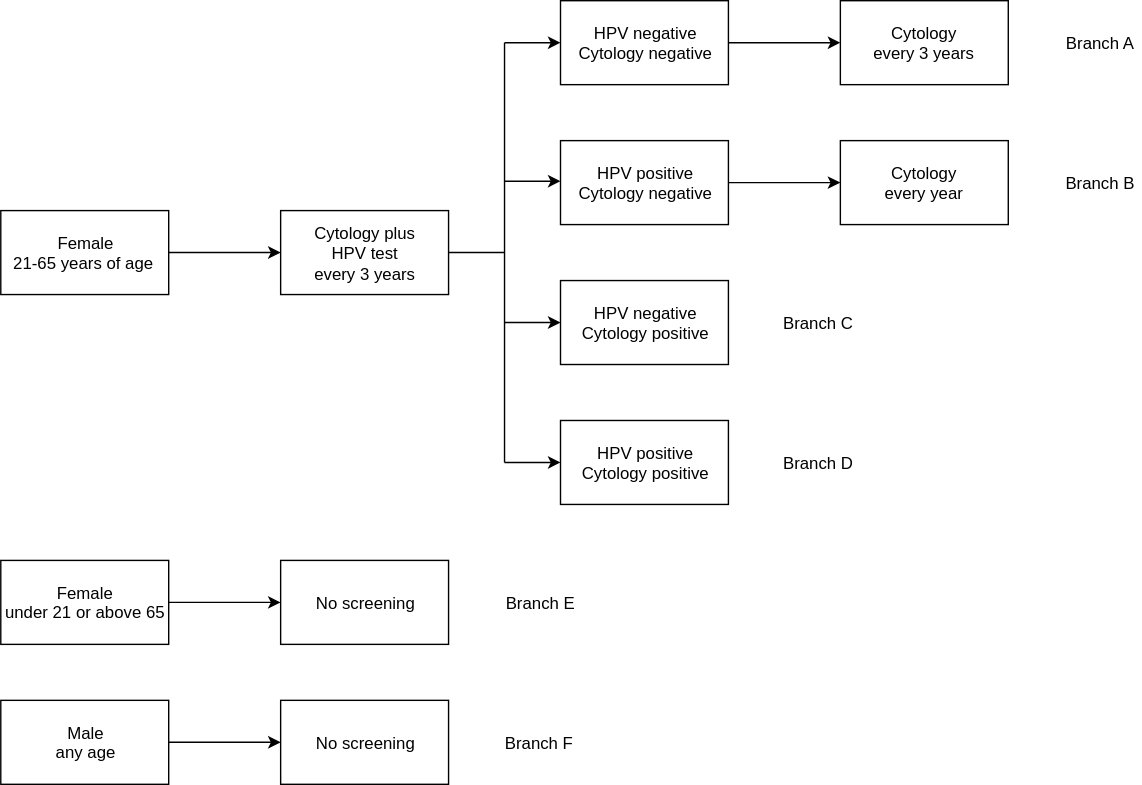
This is docs/source/concept_models/vivarium_swissre_cervicalcancer/cervical_screening_branches.svg from ihmeuw/vivarium_research, a draw.io export, as it was before one commit. Source tidied: cells renumbered, new cells last; positions are measured from the earlier drawing's top-left corner, leaving out a move shared by most shapes.
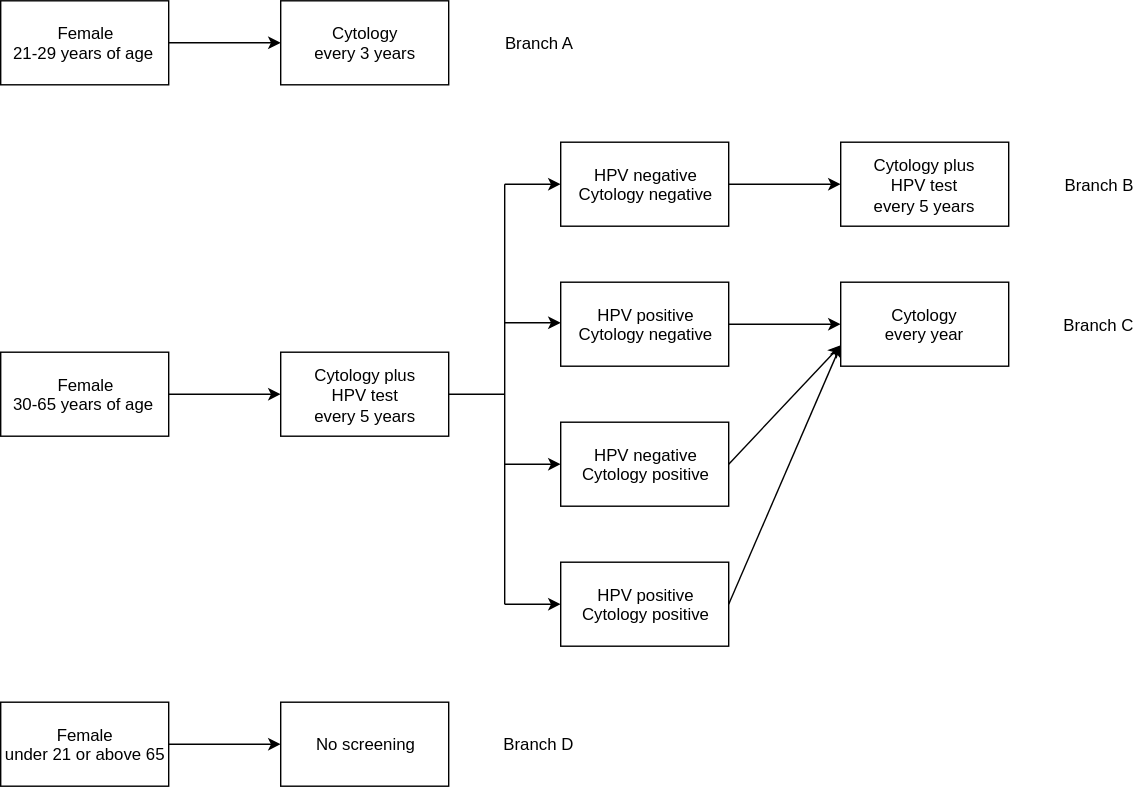
Later version of the same file.

Diff of the diagram source:
```diff
@@ -5,8 +5,8 @@
     <mxCell id="2" style="rounded=0;whiteSpace=wrap;html=1;" parent="1" vertex="1">
       <mxGeometry x="200" y="150" width="120" height="60" as="geometry" />
     </mxCell>
-    <mxCell id="3" value="Cytology plus HPV test&lt;br&gt;every 3 years" style="text;html=1;strokeColor=none;fillColor=none;align=center;verticalAlign=middle;whiteSpace=wrap;rounded=0;" parent="1" vertex="1">
-      <mxGeometry x="212.5" y="170" width="95" height="20" as="geometry" />
+    <mxCell id="3" value="Cytology plus&lt;br&gt;HPV test&lt;br&gt;every 5 years" style="text;html=1;strokeColor=none;fillColor=none;align=center;verticalAlign=middle;whiteSpace=wrap;rounded=0;" parent="1" vertex="1">
+      <mxGeometry x="205" y="170" width="110" height="20" as="geometry" />
     </mxCell>
     <mxCell id="4" style="edgeStyle=orthogonalEdgeStyle;rounded=0;jettySize=auto;html=1;exitX=1;exitY=0.5;exitDx=0;exitDy=0;entryX=0;entryY=0.5;entryDx=0;entryDy=0;" parent="1" edge="1" source="5" target="20">
       <mxGeometry relative="1" as="geometry" />
@@ -20,9 +20,15 @@
     <mxCell id="7" style="rounded=0;whiteSpace=wrap;html=1;" parent="1" vertex="1">
       <mxGeometry x="400" y="100" width="120" height="60" as="geometry" />
     </mxCell>
+    <mxCell id="43" style="edgeStyle=none;rounded=0;jettySize=auto;html=1;exitX=1;exitY=0.5;exitDx=0;exitDy=0;entryX=0;entryY=0.75;entryDx=0;entryDy=0;" parent="1" edge="1" source="8" target="22">
+      <mxGeometry relative="1" as="geometry" />
+    </mxCell>
     <mxCell id="8" style="rounded=0;whiteSpace=wrap;html=1;" parent="1" vertex="1">
       <mxGeometry x="400" y="200" width="120" height="60" as="geometry" />
     </mxCell>
+    <mxCell id="44" style="edgeStyle=none;rounded=0;jettySize=auto;html=1;exitX=1;exitY=0.5;exitDx=0;exitDy=0;entryX=0;entryY=0.75;entryDx=0;entryDy=0;" parent="1" edge="1" source="9" target="22">
+      <mxGeometry relative="1" as="geometry" />
+    </mxCell>
     <mxCell id="9" style="rounded=0;whiteSpace=wrap;html=1;" parent="1" vertex="1">
       <mxGeometry x="400" y="300" width="120" height="60" as="geometry" />
     </mxCell>
@@ -75,7 +81,7 @@
     <mxCell id="20" style="rounded=0;whiteSpace=wrap;html=1;" parent="1" vertex="1">
       <mxGeometry x="600" width="120" height="60" as="geometry" />
     </mxCell>
-    <mxCell id="21" value="Cytology every 3 years" style="text;html=1;strokeColor=none;fillColor=none;align=center;verticalAlign=middle;whiteSpace=wrap;rounded=0;" parent="1" vertex="1">
+    <mxCell id="21" value="Cytology plus HPV test every 5 years" style="text;html=1;strokeColor=none;fillColor=none;align=center;verticalAlign=middle;whiteSpace=wrap;rounded=0;" parent="1" vertex="1">
       <mxGeometry x="620" y="20" width="80" height="20" as="geometry" />
     </mxCell>
     <mxCell id="22" style="rounded=0;whiteSpace=wrap;html=1;" parent="1" vertex="1">
@@ -90,56 +96,50 @@
     <mxCell id="25" style="rounded=0;whiteSpace=wrap;html=1;" parent="1" vertex="1">
       <mxGeometry y="150" width="120" height="60" as="geometry" />
     </mxCell>
-    <mxCell id="26" value="Female &lt;br&gt;21-65 years of age&amp;nbsp;" style="text;html=1;strokeColor=none;fillColor=none;align=center;verticalAlign=middle;whiteSpace=wrap;rounded=0;" parent="1" vertex="1">
+    <mxCell id="26" value="Female&lt;br&gt;30-65 years of age&amp;nbsp;" style="text;html=1;strokeColor=none;fillColor=none;align=center;verticalAlign=middle;whiteSpace=wrap;rounded=0;" parent="1" vertex="1">
       <mxGeometry x="5" y="170" width="110" height="20" as="geometry" />
     </mxCell>
-    <mxCell id="27" style="edgeStyle=orthogonalEdgeStyle;rounded=0;jettySize=auto;html=1;entryX=0;entryY=0.5;entryDx=0;entryDy=0;" parent="1" edge="1" source="28" target="31">
-      <mxGeometry relative="1" as="geometry" />
-    </mxCell>
     <mxCell id="28" style="rounded=0;whiteSpace=wrap;html=1;" parent="1" vertex="1">
       <mxGeometry y="400" width="120" height="60" as="geometry" />
     </mxCell>
-    <mxCell id="29" style="edgeStyle=orthogonalEdgeStyle;rounded=0;jettySize=auto;html=1;exitX=1;exitY=0.5;exitDx=0;exitDy=0;entryX=0;entryY=0.5;entryDx=0;entryDy=0;" parent="1" edge="1" source="30" target="35">
-      <mxGeometry relative="1" as="geometry" />
-    </mxCell>
-    <mxCell id="30" style="rounded=0;whiteSpace=wrap;html=1;" parent="1" vertex="1">
-      <mxGeometry y="500" width="120" height="60" as="geometry" />
-    </mxCell>
     <mxCell id="31" style="rounded=0;whiteSpace=wrap;html=1;" parent="1" vertex="1">
       <mxGeometry x="200" y="400" width="120" height="60" as="geometry" />
     </mxCell>
+    <mxCell id="45" style="edgeStyle=orthogonalEdgeStyle;rounded=0;jettySize=auto;html=1;entryX=0;entryY=0.5;entryDx=0;entryDy=0;" parent="1" edge="1" source="32" target="31">
+      <mxGeometry relative="1" as="geometry" />
+    </mxCell>
     <mxCell id="32" value="Female&lt;br&gt;under 21 or above 65" style="text;html=1;strokeColor=none;fillColor=none;align=center;verticalAlign=middle;whiteSpace=wrap;rounded=0;" parent="1" vertex="1">
       <mxGeometry y="420" width="120" height="20" as="geometry" />
     </mxCell>
-    <mxCell id="33" value="Male&lt;br&gt;any age" style="text;html=1;strokeColor=none;fillColor=none;align=center;verticalAlign=middle;whiteSpace=wrap;rounded=0;" parent="1" vertex="1">
-      <mxGeometry x="30" y="520" width="60" height="20" as="geometry" />
-    </mxCell>
     <mxCell id="34" value="No screening" style="text;html=1;strokeColor=none;fillColor=none;align=center;verticalAlign=middle;whiteSpace=wrap;rounded=0;" parent="1" vertex="1">
       <mxGeometry x="215" y="420" width="90" height="20" as="geometry" />
     </mxCell>
-    <mxCell id="35" style="rounded=0;whiteSpace=wrap;html=1;" parent="1" vertex="1">
-      <mxGeometry x="200" y="500" width="120" height="60" as="geometry" />
-    </mxCell>
-    <mxCell id="36" value="No screening" style="text;html=1;strokeColor=none;fillColor=none;align=center;verticalAlign=middle;whiteSpace=wrap;rounded=0;" parent="1" vertex="1">
-      <mxGeometry x="215" y="520" width="90" height="20" as="geometry" />
-    </mxCell>
-    <mxCell id="37" value="Branch E" style="text;html=1;strokeColor=none;fillColor=none;align=center;verticalAlign=middle;whiteSpace=wrap;rounded=0;" parent="1" vertex="1">
-      <mxGeometry x="355" y="420" width="60" height="20" as="geometry" />
-    </mxCell>
-    <mxCell id="38" value="Branch F" style="text;html=1;strokeColor=none;fillColor=none;align=center;verticalAlign=middle;whiteSpace=wrap;rounded=0;" parent="1" vertex="1">
-      <mxGeometry x="354" y="520" width="60" height="20" as="geometry" />
-    </mxCell>
+    <mxCell id="46" style="rounded=0;whiteSpace=wrap;html=1;" parent="1" vertex="1">
+      <mxGeometry x="200" y="-101" width="120" height="60" as="geometry" />
+    </mxCell>
+    <mxCell id="47" value="Cytology&lt;br&gt;every 3 years" style="text;html=1;strokeColor=none;fillColor=none;align=center;verticalAlign=middle;whiteSpace=wrap;rounded=0;" parent="1" vertex="1">
+      <mxGeometry x="205" y="-81" width="110" height="20" as="geometry" />
+    </mxCell>
+    <mxCell id="48" style="edgeStyle=orthogonalEdgeStyle;rounded=0;jettySize=auto;html=1;exitX=1;exitY=0.5;exitDx=0;exitDy=0;entryX=0;entryY=0.5;entryDx=0;entryDy=0;" parent="1" edge="1" source="49" target="46">
+      <mxGeometry relative="1" as="geometry" />
+    </mxCell>
+    <mxCell id="49" style="rounded=0;whiteSpace=wrap;html=1;" parent="1" vertex="1">
+      <mxGeometry y="-101" width="120" height="60" as="geometry" />
+    </mxCell>
+    <mxCell id="50" value="Female&lt;br&gt;21-29 years of age&amp;nbsp;" style="text;html=1;strokeColor=none;fillColor=none;align=center;verticalAlign=middle;whiteSpace=wrap;rounded=0;" parent="1" vertex="1">
+      <mxGeometry x="5" y="-81" width="110" height="20" as="geometry" />
+    </mxCell>
+    <mxCell id="42" value="Branch D" style="text;html=1;strokeColor=none;fillColor=none;align=center;verticalAlign=middle;whiteSpace=wrap;rounded=0;" parent="1" vertex="1">
+      <mxGeometry x="354" y="420" width="60" height="20" as="geometry" />
+    </mxCell>
     <mxCell id="39" value="Branch A" style="text;html=1;strokeColor=none;fillColor=none;align=center;verticalAlign=middle;whiteSpace=wrap;rounded=0;" parent="1" vertex="1">
-      <mxGeometry x="755" y="20" width="60" height="20" as="geometry" />
+      <mxGeometry x="354" y="-81" width="60" height="20" as="geometry" />
     </mxCell>
     <mxCell id="40" value="Branch B" style="text;html=1;strokeColor=none;fillColor=none;align=center;verticalAlign=middle;whiteSpace=wrap;rounded=0;" parent="1" vertex="1">
-      <mxGeometry x="755" y="120" width="60" height="20" as="geometry" />
+      <mxGeometry x="754" y="20" width="60" height="20" as="geometry" />
     </mxCell>
     <mxCell id="41" value="Branch C" style="text;html=1;strokeColor=none;fillColor=none;align=center;verticalAlign=middle;whiteSpace=wrap;rounded=0;" parent="1" vertex="1">
-      <mxGeometry x="554" y="220" width="60" height="20" as="geometry" />
+      <mxGeometry x="754" y="120" width="60" height="20" as="geometry" />
     </mxCell>
-    <mxCell id="42" value="Branch D" style="text;html=1;strokeColor=none;fillColor=none;align=center;verticalAlign=middle;whiteSpace=wrap;rounded=0;" parent="1" vertex="1">
-      <mxGeometry x="554" y="320" width="60" height="20" as="geometry" />
-    </mxCell>
   </root>
 </mxGraphModel>
```
